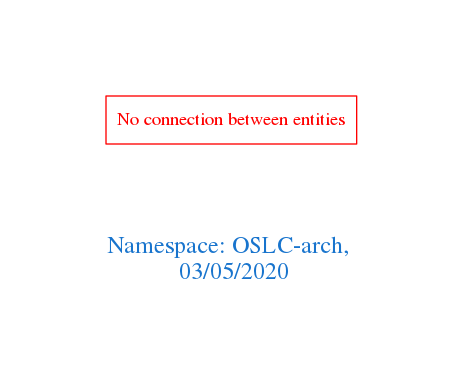
Before: downloads/OSLC-arch.png, a diagram exported from Graphviz (arago/OGIT). Its source is kept beside it as downloads/OSLC-arch.dot.
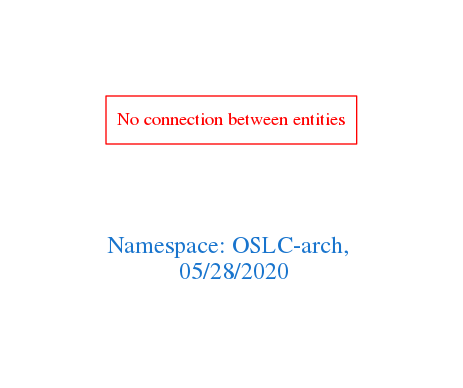
The same file after the commit.

Diff of the diagram source:
```diff
@@ -1,7 +1,7 @@
 digraph OGIT_ontology {
  graph [ rankdir= LR,pad=1
 fontsize = 18,
-fontcolor= dodgerblue3,label = "\n\n\nNamespace: OSLC-arch, \n 03/05/2020"];
+fontcolor= dodgerblue3,label = "\n\n\nNamespace: OSLC-arch, \n 05/28/2020"];
 node[shape=polygon];
 edge [  color="gray81"];
 
```
